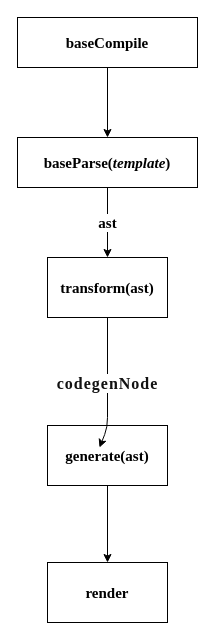
Earlier version of the draw.io diagram page "transform" (5 of 6) of vue.drawio (2889597857/study-vue-js). Source tidied: cells renumbered, new cells numbered last; positions are measured from the earlier drawing's top-left corner, leaving out a move shared by most shapes. Both pictures are drawn from the tidied source at 100%, with x=0, y=0 at pixel (17, 17).
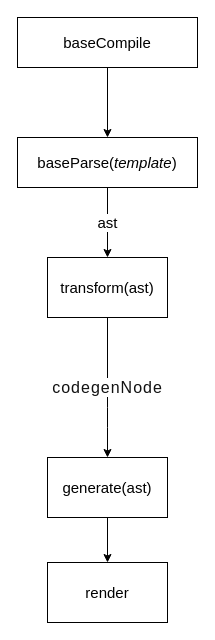
The same page after the edit.

Change to the diagram source:
```diff
@@
 <mxGraphModel>
   <root>
     <mxCell id="0" />
     <mxCell id="1" parent="0" />
-    <mxCell id="2" style="group;direction=west;" parent="1" vertex="1">
+    <mxCell id="2" style="group;direction=west;fontFamily=Helvetica;fontStyle=0;" parent="1" vertex="1">
       <mxGeometry width="180" height="605" as="geometry" />
     </mxCell>
-    <mxCell id="3" value="&lt;div style=&quot;font-size: 15px; line-height: 22px;&quot;&gt;&lt;span style=&quot;font-size: 15px;&quot;&gt;baseParse(&lt;/span&gt;&lt;span style=&quot;font-style: italic; font-size: 15px;&quot;&gt;template&lt;/span&gt;)&lt;/div&gt;" style="whiteSpace=wrap;html=1;fontColor=default;labelBackgroundColor=default;fontFamily=Garamond;align=center;labelBorderColor=none;fontSize=15;fontStyle=1;" parent="2" vertex="1">
+    <mxCell id="3" value="&lt;div style=&quot;font-size: 15px; line-height: 22px;&quot;&gt;&lt;span style=&quot;font-size: 15px;&quot;&gt;baseParse(&lt;/span&gt;&lt;span style=&quot;font-style: italic; font-size: 15px;&quot;&gt;template&lt;/span&gt;)&lt;/div&gt;" style="whiteSpace=wrap;html=1;fontColor=default;labelBackgroundColor=default;fontFamily=Helvetica;align=center;labelBorderColor=none;fontSize=15;fontStyle=0;" parent="2" vertex="1">
       <mxGeometry y="120" width="180" height="50" as="geometry" />
     </mxCell>
-    <mxCell id="4" style="edgeStyle=none;html=1;entryX=0.5;entryY=0;entryDx=0;entryDy=0;fontColor=#000000;fontFamily=Garamond;align=center;labelBorderColor=none;fontSize=15;fontStyle=1;" parent="2" edge="1" source="5" target="3">
+    <mxCell id="4" style="edgeStyle=none;html=1;entryX=0.5;entryY=0;entryDx=0;entryDy=0;fontColor=#000000;fontFamily=Helvetica;align=center;labelBorderColor=none;fontSize=15;fontStyle=0;" parent="2" edge="1" source="5" target="3">
       <mxGeometry relative="1" as="geometry" />
     </mxCell>
-    <mxCell id="5" value="&lt;div style=&quot;font-size: 15px; line-height: 22px;&quot;&gt;&lt;span style=&quot;font-size: 15px;&quot;&gt;baseCompile&lt;/span&gt;&lt;/div&gt;" style="whiteSpace=wrap;html=1;labelBackgroundColor=#FFFFFF;fontColor=#000000;strokeColor=default;fontFamily=Garamond;align=center;labelBorderColor=none;fontSize=15;fontStyle=1;" parent="2" vertex="1">
+    <mxCell id="5" value="&lt;div style=&quot;font-size: 15px; line-height: 22px;&quot;&gt;&lt;span style=&quot;font-size: 15px;&quot;&gt;baseCompile&lt;/span&gt;&lt;/div&gt;" style="whiteSpace=wrap;html=1;labelBackgroundColor=#FFFFFF;fontColor=#000000;strokeColor=default;fontFamily=Helvetica;align=center;labelBorderColor=none;fontSize=15;fontStyle=0;" parent="2" vertex="1">
       <mxGeometry width="180" height="50" as="geometry" />
     </mxCell>
-    <mxCell id="6" value="transform(ast)" style="whiteSpace=wrap;html=1;labelBackgroundColor=#FFFFFF;fontColor=#000000;strokeColor=default;fontFamily=Garamond;align=center;labelBorderColor=none;fontSize=15;fontStyle=1;" parent="2" vertex="1">
+    <mxCell id="6" value="transform(ast)" style="whiteSpace=wrap;html=1;labelBackgroundColor=#FFFFFF;fontColor=#000000;strokeColor=default;fontFamily=Helvetica;align=center;labelBorderColor=none;fontSize=15;fontStyle=0;" parent="2" vertex="1">
       <mxGeometry x="30" y="240" width="120" height="60" as="geometry" />
     </mxCell>
-    <mxCell id="7" value="ast" style="edgeStyle=none;html=1;entryX=0.5;entryY=0;entryDx=0;entryDy=0;labelBorderColor=none;fontFamily=Garamond;fontSize=15;fontColor=#000000;fontStyle=1;" parent="2" edge="1" source="3" target="6">
+    <mxCell id="7" value="ast" style="edgeStyle=none;html=1;entryX=0.5;entryY=0;entryDx=0;entryDy=0;labelBorderColor=none;fontFamily=Helvetica;fontSize=15;fontColor=#000000;fontStyle=0;" parent="2" edge="1" source="3" target="6">
       <mxGeometry relative="1" as="geometry" />
     </mxCell>
-    <mxCell id="8" value="generate(ast)" style="whiteSpace=wrap;html=1;labelBackgroundColor=#FFFFFF;fontColor=#000000;strokeColor=default;fontFamily=Garamond;align=center;labelBorderColor=none;fontSize=15;fontStyle=1;" parent="2" vertex="1">
-      <mxGeometry x="30" y="408" width="120" height="60" as="geometry" />
+    <mxCell id="8" value="generate(ast)" style="whiteSpace=wrap;html=1;labelBackgroundColor=#FFFFFF;fontColor=#000000;strokeColor=default;fontFamily=Helvetica;align=center;labelBorderColor=none;fontSize=15;fontStyle=0;" parent="2" vertex="1">
+      <mxGeometry x="30" y="440" width="120" height="60" as="geometry" />
     </mxCell>
-    <mxCell id="9" value="&lt;strong style=&quot;color: rgb(18 , 18 , 18) ; font-family: , &amp;quot;blinkmacsystemfont&amp;quot; , &amp;quot;helvetica neue&amp;quot; , &amp;quot;pingfang sc&amp;quot; , &amp;quot;microsoft yahei&amp;quot; , &amp;quot;source han sans sc&amp;quot; , &amp;quot;noto sans cjk sc&amp;quot; , &amp;quot;wenquanyi micro hei&amp;quot; , sans-serif ; font-size: 16px ; letter-spacing: 1px ; text-align: justify&quot;&gt;codegenNode&lt;/strong&gt;" style="edgeStyle=none;html=1;fontColor=#000000;exitX=0.5;exitY=1;exitDx=0;exitDy=0;fontFamily=Garamond;align=center;labelBorderColor=none;fontSize=15;fontStyle=1;" parent="2" edge="1" source="6">
+    <mxCell id="9" value="&lt;span style=&quot;color: rgb(18 , 18 , 18) ; font-family: , &amp;quot;blinkmacsystemfont&amp;quot; , &amp;quot;helvetica neue&amp;quot; , &amp;quot;pingfang sc&amp;quot; , &amp;quot;microsoft yahei&amp;quot; , &amp;quot;source han sans sc&amp;quot; , &amp;quot;noto sans cjk sc&amp;quot; , &amp;quot;wenquanyi micro hei&amp;quot; , sans-serif ; font-size: 16px ; letter-spacing: 1px ; text-align: justify&quot;&gt;codegenNode&lt;/span&gt;" style="edgeStyle=none;html=1;fontColor=#000000;exitX=0.5;exitY=1;exitDx=0;exitDy=0;fontFamily=Helvetica;align=center;labelBorderColor=none;fontSize=15;fontStyle=0;entryX=0.5;entryY=0;entryDx=0;entryDy=0;" parent="2" edge="1" source="6" target="8">
       <mxGeometry relative="1" as="geometry">
-        <mxPoint x="82" y="430" as="targetPoint" />
         <Array as="points">
-          <mxPoint x="90" y="410" />
-          <mxPoint x="82" y="430" />
+          <mxPoint x="90" y="400" />
         </Array>
       </mxGeometry>
     </mxCell>
-    <mxCell id="10" value="render" style="whiteSpace=wrap;html=1;labelBackgroundColor=#FFFFFF;fontColor=#000000;strokeColor=default;fontFamily=Garamond;align=center;labelBorderColor=none;fontSize=15;fontStyle=1;" parent="2" vertex="1">
+    <mxCell id="10" value="render" style="whiteSpace=wrap;html=1;labelBackgroundColor=#FFFFFF;fontColor=#000000;strokeColor=default;fontFamily=Helvetica;align=center;labelBorderColor=none;fontSize=15;fontStyle=0;" parent="2" vertex="1">
       <mxGeometry x="30" y="545" width="120" height="60" as="geometry" />
     </mxCell>
-    <mxCell id="11" style="edgeStyle=none;html=1;fontColor=#000000;fontFamily=Garamond;align=center;labelBorderColor=none;fontSize=15;fontStyle=1;" parent="2" edge="1" source="8" target="10">
+    <mxCell id="11" style="edgeStyle=none;html=1;fontColor=#000000;fontFamily=Helvetica;align=center;labelBorderColor=none;fontSize=15;fontStyle=0;" parent="2" edge="1" source="8" target="10">
       <mxGeometry relative="1" as="geometry" />
     </mxCell>
   </root>
 </mxGraphModel>
```
